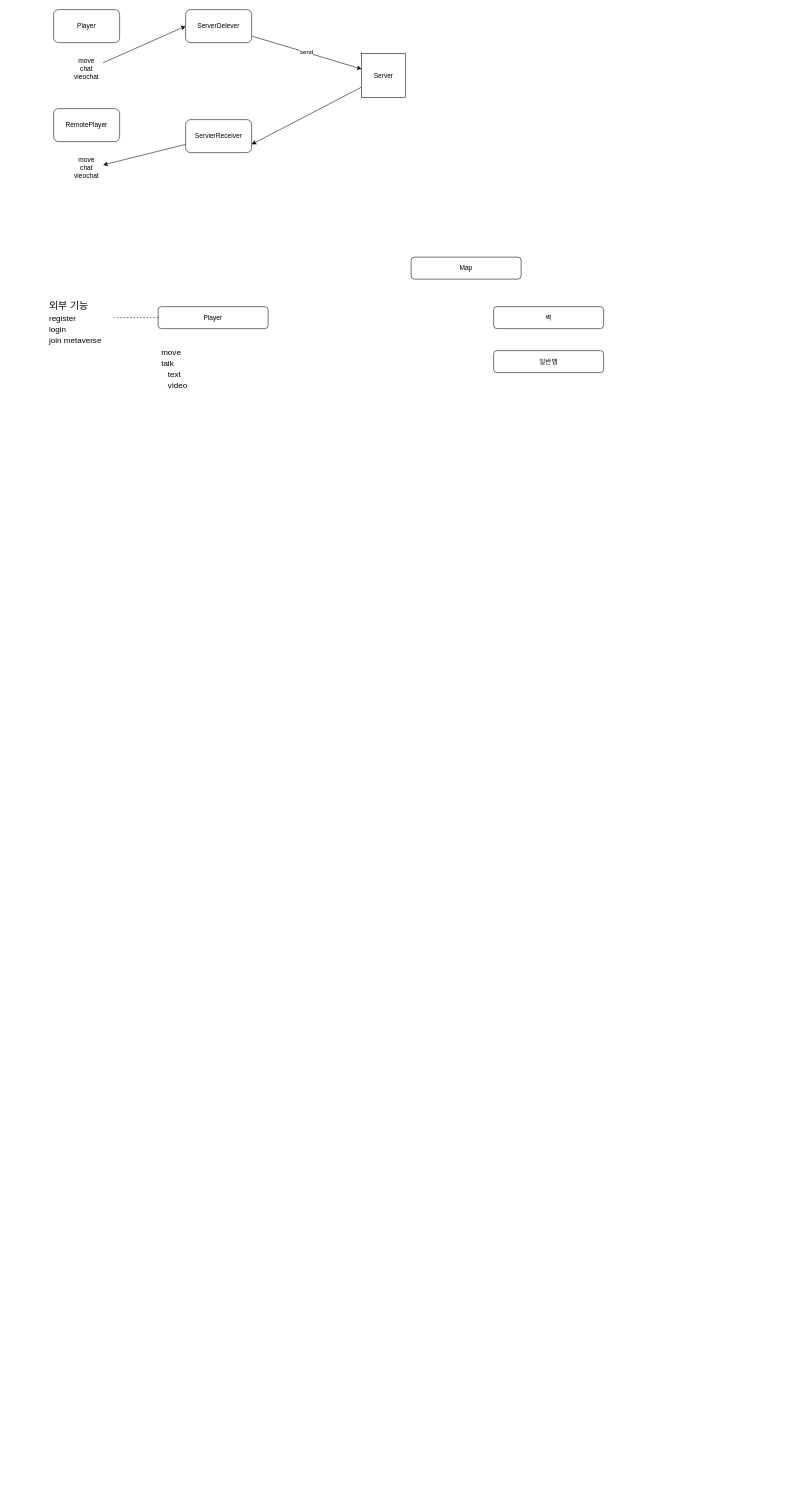
helpkang/metaverse-client2 keeps this draw.io diagram as client/domain.drawio. Above is the earlier version. Source tidied: cells renumbered, new cells numbered last; positions are measured from the earlier drawing's top-left corner, leaving out a move shared by most shapes. Both pictures are drawn from the tidied source at 55%, with x=0, y=0 at pixel (48, 9).
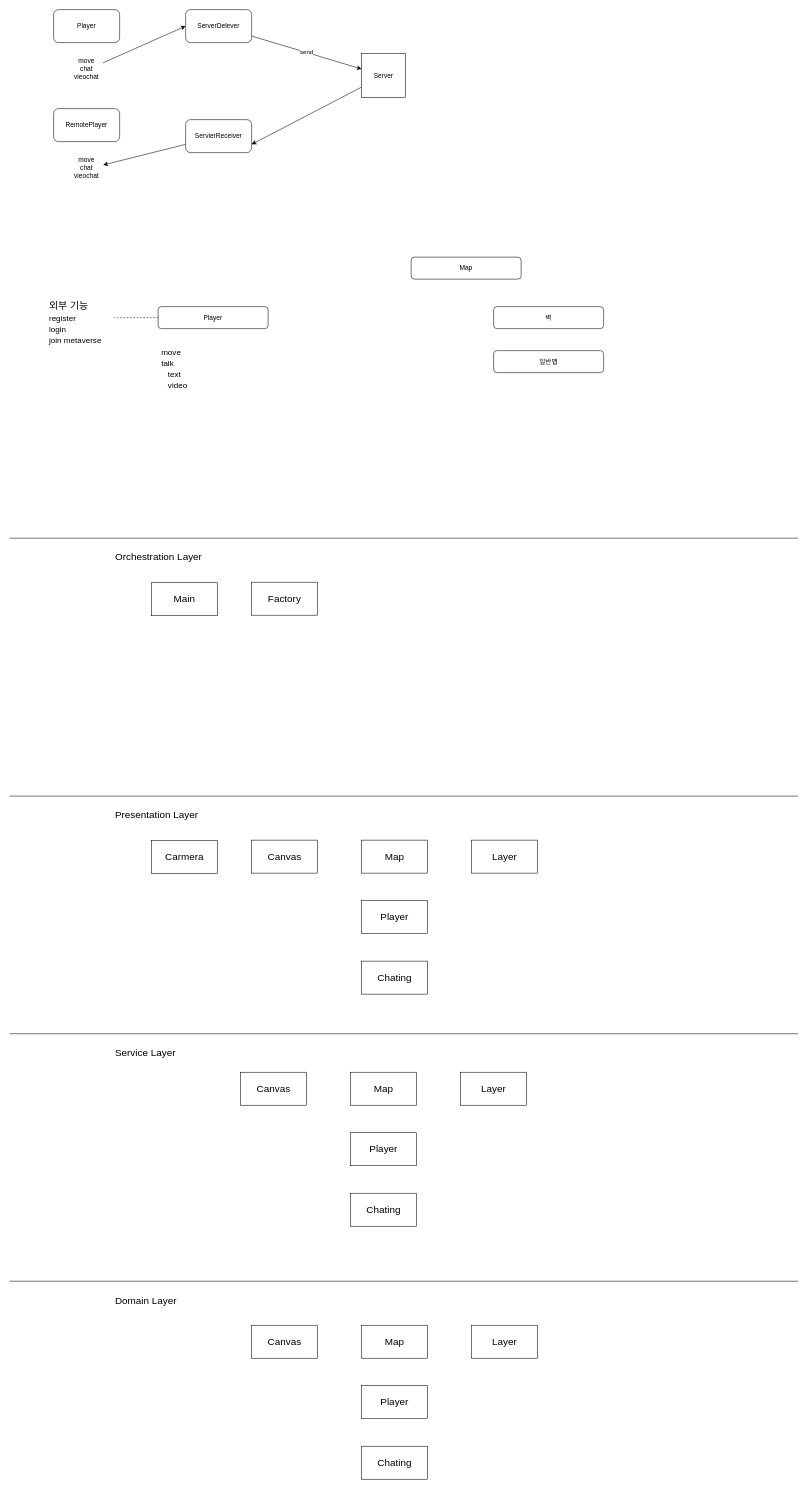
The same page after the edit.

Change to the diagram source:
```diff
@@
+    <mxCell id="20" style="endArrow=none;html=1;rounded=0;" parent="1" edge="1">
+      <mxGeometry relative="1" as="geometry">
+        <mxPoint x="-70" y="1430" as="sourcePoint" />
+        <mxPoint x="1363.2" y="1430" as="targetPoint" />
+      </mxGeometry>
+    </mxCell>
+    <mxCell id="21" value="&lt;font style=&quot;font-size: 18px&quot;&gt;Presentation Layer&lt;/font&gt;" style="text;html=1;strokeColor=none;fillColor=none;align=left;verticalAlign=middle;whiteSpace=wrap;rounded=0;" parent="1" vertex="1">
+      <mxGeometry x="120" y="1450" width="160" height="30" as="geometry" />
+    </mxCell>
+    <mxCell id="22" style="endArrow=none;html=1;rounded=0;" parent="1" edge="1">
+      <mxGeometry relative="1" as="geometry">
+        <mxPoint x="-70" y="1862" as="sourcePoint" />
+        <mxPoint x="1363.2" y="1862" as="targetPoint" />
+      </mxGeometry>
+    </mxCell>
+    <mxCell id="23" value="&lt;font style=&quot;font-size: 18px&quot;&gt;Service Layer&lt;/font&gt;" style="text;html=1;strokeColor=none;fillColor=none;align=left;verticalAlign=middle;whiteSpace=wrap;rounded=0;" parent="1" vertex="1">
+      <mxGeometry x="120" y="1882" width="160" height="30" as="geometry" />
+    </mxCell>
+    <mxCell id="24" style="endArrow=none;html=1;rounded=0;" parent="1" edge="1">
+      <mxGeometry relative="1" as="geometry">
+        <mxPoint x="-70" y="2312" as="sourcePoint" />
+        <mxPoint x="1363.2" y="2312" as="targetPoint" />
+      </mxGeometry>
+    </mxCell>
+    <mxCell id="25" value="&lt;font style=&quot;font-size: 18px&quot;&gt;Domain Layer&lt;/font&gt;" style="text;html=1;strokeColor=none;fillColor=none;align=left;verticalAlign=middle;whiteSpace=wrap;rounded=0;" parent="1" vertex="1">
+      <mxGeometry x="120" y="2332" width="160" height="30" as="geometry" />
+    </mxCell>
+    <mxCell id="26" value="Canvas" style="rounded=0;whiteSpace=wrap;html=1;fontSize=18;" parent="1" vertex="1">
+      <mxGeometry x="370" y="1510" width="120" height="60" as="geometry" />
+    </mxCell>
+    <mxCell id="27" value="Carmera" style="rounded=0;whiteSpace=wrap;html=1;fontSize=18;" parent="1" vertex="1">
+      <mxGeometry x="188" y="1511" width="120" height="60" as="geometry" />
+    </mxCell>
+    <mxCell id="28" value="Map" style="rounded=0;whiteSpace=wrap;html=1;fontSize=18;" parent="1" vertex="1">
+      <mxGeometry x="570" y="1510" width="120" height="60" as="geometry" />
+    </mxCell>
+    <mxCell id="29" value="Layer" style="rounded=0;whiteSpace=wrap;html=1;fontSize=18;" parent="1" vertex="1">
+      <mxGeometry x="770" y="1510" width="120" height="60" as="geometry" />
+    </mxCell>
+    <mxCell id="30" value="Player" style="rounded=0;whiteSpace=wrap;html=1;fontSize=18;" parent="1" vertex="1">
+      <mxGeometry x="570" y="1620" width="120" height="60" as="geometry" />
+    </mxCell>
+    <mxCell id="31" value="Chating" style="rounded=0;whiteSpace=wrap;html=1;fontSize=18;" parent="1" vertex="1">
+      <mxGeometry x="570" y="1730" width="120" height="60" as="geometry" />
+    </mxCell>
+    <mxCell id="32" value="Canvas" style="rounded=0;whiteSpace=wrap;html=1;fontSize=18;" parent="1" vertex="1">
+      <mxGeometry x="350" y="1932" width="120" height="60" as="geometry" />
+    </mxCell>
+    <mxCell id="33" value="Map" style="rounded=0;whiteSpace=wrap;html=1;fontSize=18;" parent="1" vertex="1">
+      <mxGeometry x="550" y="1932" width="120" height="60" as="geometry" />
+    </mxCell>
+    <mxCell id="34" value="Layer" style="rounded=0;whiteSpace=wrap;html=1;fontSize=18;" parent="1" vertex="1">
+      <mxGeometry x="750" y="1932" width="120" height="60" as="geometry" />
+    </mxCell>
+    <mxCell id="35" value="Player" style="rounded=0;whiteSpace=wrap;html=1;fontSize=18;" parent="1" vertex="1">
+      <mxGeometry x="550" y="2042" width="120" height="60" as="geometry" />
+    </mxCell>
+    <mxCell id="36" value="Chating" style="rounded=0;whiteSpace=wrap;html=1;fontSize=18;" parent="1" vertex="1">
+      <mxGeometry x="550" y="2152" width="120" height="60" as="geometry" />
+    </mxCell>
+    <mxCell id="37" value="Canvas" style="rounded=0;whiteSpace=wrap;html=1;fontSize=18;" parent="1" vertex="1">
+      <mxGeometry x="370" y="2392" width="120" height="60" as="geometry" />
+    </mxCell>
+    <mxCell id="38" value="Map" style="rounded=0;whiteSpace=wrap;html=1;fontSize=18;" parent="1" vertex="1">
+      <mxGeometry x="570" y="2392" width="120" height="60" as="geometry" />
+    </mxCell>
+    <mxCell id="39" value="Layer" style="rounded=0;whiteSpace=wrap;html=1;fontSize=18;" parent="1" vertex="1">
+      <mxGeometry x="770" y="2392" width="120" height="60" as="geometry" />
+    </mxCell>
+    <mxCell id="40" value="Player" style="rounded=0;whiteSpace=wrap;html=1;fontSize=18;" parent="1" vertex="1">
+      <mxGeometry x="570" y="2502" width="120" height="60" as="geometry" />
+    </mxCell>
+    <mxCell id="41" value="Chating" style="rounded=0;whiteSpace=wrap;html=1;fontSize=18;" parent="1" vertex="1">
+      <mxGeometry x="570" y="2612" width="120" height="60" as="geometry" />
+    </mxCell>
+    <mxCell id="42" style="endArrow=none;html=1;rounded=0;" parent="1" edge="1">
+      <mxGeometry relative="1" as="geometry">
+        <mxPoint x="-70" y="961" as="sourcePoint" />
+        <mxPoint x="1363.2" y="961" as="targetPoint" />
+      </mxGeometry>
+    </mxCell>
+    <mxCell id="43" value="&lt;font style=&quot;font-size: 18px&quot;&gt;Orchestration Layer&lt;/font&gt;" style="text;html=1;strokeColor=none;fillColor=none;align=left;verticalAlign=middle;whiteSpace=wrap;rounded=0;" parent="1" vertex="1">
+      <mxGeometry x="120" y="981" width="280" height="30" as="geometry" />
+    </mxCell>
+    <mxCell id="44" value="Factory&lt;br&gt;" style="rounded=0;whiteSpace=wrap;html=1;fontSize=18;" parent="1" vertex="1">
+      <mxGeometry x="370" y="1041" width="120" height="60" as="geometry" />
+    </mxCell>
+    <mxCell id="45" value="Main" style="rounded=0;whiteSpace=wrap;html=1;fontSize=18;" parent="1" vertex="1">
+      <mxGeometry x="188" y="1042" width="120" height="60" as="geometry" />
+    </mxCell>
```
